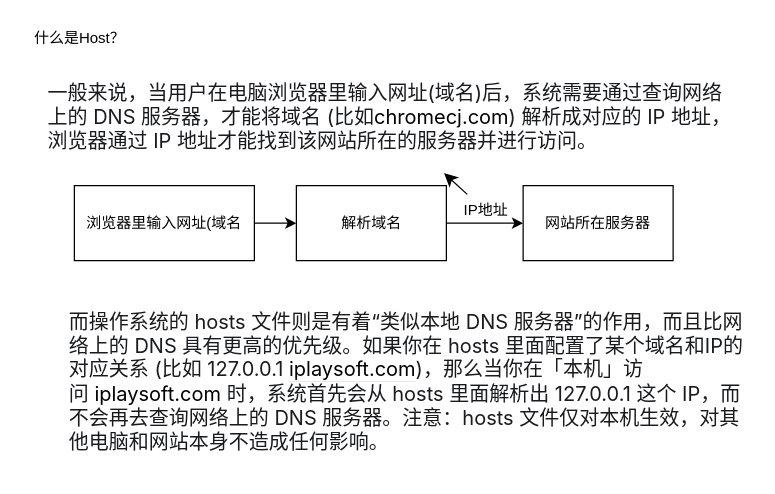
Earlier version of the draw.io diagram note.drawio (cccChen1/Drow). Source tidied: cells renumbered, new cells numbered last; positions are measured from the earlier drawing's top-left corner, leaving out a move shared by most shapes. Both pictures are drawn from the tidied source at 125%, with x=0, y=0 at pixel (21, 21).
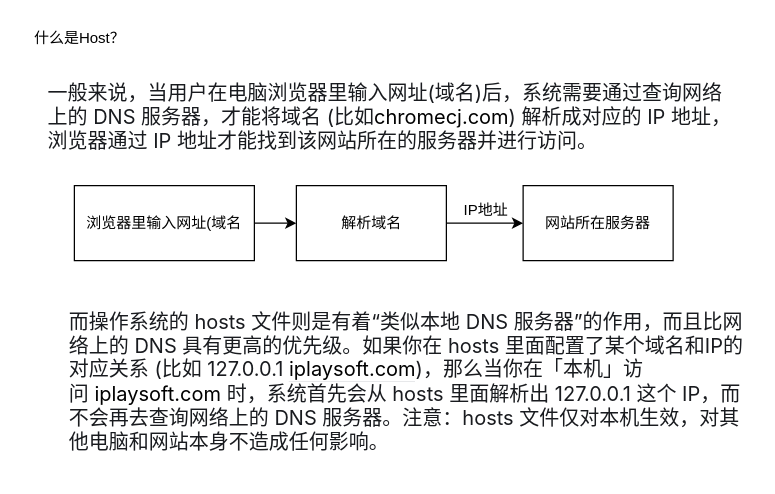
Above is the later version.

Diff of the diagram source:
```diff
@@
 <mxGraphModel>
   <root>
     <mxCell id="0" />
     <mxCell id="1" parent="0" />
     <mxCell id="2" style="edgeStyle=orthogonalEdgeStyle;rounded=0;jettySize=auto;html=1;exitX=1;exitY=0.5;exitDx=0;exitDy=0;" parent="1" edge="1" source="3" target="5">
       <mxGeometry relative="1" as="geometry" />
     </mxCell>
     <mxCell id="3" value="浏览器里输入网址(域名" style="rounded=0;whiteSpace=wrap;html=1;" parent="1" vertex="1">
       <mxGeometry x="42" y="131" width="144" height="60" as="geometry" />
     </mxCell>
     <mxCell id="4" style="edgeStyle=orthogonalEdgeStyle;rounded=0;jettySize=auto;html=1;" parent="1" edge="1" source="5" target="6">
       <mxGeometry relative="1" as="geometry" />
     </mxCell>
     <mxCell id="5" value="解析域名" style="rounded=0;whiteSpace=wrap;html=1;" parent="1" vertex="1">
       <mxGeometry x="219.6" y="131" width="120" height="60" as="geometry" />
     </mxCell>
     <mxCell id="6" value="网站所在服务器" style="whiteSpace=wrap;html=1;rounded=0;" parent="1" vertex="1">
       <mxGeometry x="401" y="131" width="120" height="60" as="geometry" />
     </mxCell>
-    <mxCell id="7" style="edgeStyle=none;curved=1;rounded=0;jettySize=auto;html=1;fontSize=12;startSize=8;endSize=8;" parent="1" edge="1" source="8" target="10">
-      <mxGeometry relative="1" as="geometry" />
-    </mxCell>
     <mxCell id="8" value="IP地址" style="text;html=1;align=center;verticalAlign=middle;points=[];strokeColor=none;fillColor=none;" parent="1" vertex="1">
       <mxGeometry x="344" y="138" width="53" height="26" as="geometry" />
     </mxCell>
     <mxCell id="9" value="&lt;span style=&quot;color: rgb(25, 27, 31); font-family: -apple-system, BlinkMacSystemFont, &amp;quot;Helvetica Neue&amp;quot;, &amp;quot;PingFang SC&amp;quot;, &amp;quot;Microsoft YaHei&amp;quot;, &amp;quot;Source Han Sans SC&amp;quot;, &amp;quot;Noto Sans CJK SC&amp;quot;, &amp;quot;WenQuanYi Micro Hei&amp;quot;, sans-serif; font-size: medium; font-style: normal; font-variant-ligatures: normal; font-variant-caps: normal; font-weight: 400; letter-spacing: normal; orphans: 2; text-align: start; text-indent: 0px; text-transform: none; widows: 2; word-spacing: 0px; -webkit-text-stroke-width: 0px; background-color: rgb(255, 255, 255); text-decoration-thickness: initial; text-decoration-style: initial; text-decoration-color: initial; float: none; display: inline !important;&quot;&gt;而操作系统的 hosts 文件则是有着“类似本地 DNS 服务器”的作用，而且比网络上的 DNS 具有更高的优先级。如果你在 hosts 里面配置了某个域名和IP的对应关系 (比如 127.0.0.1&lt;span&gt;&amp;nbsp;&lt;/span&gt;&lt;/span&gt;&lt;a style=&quot;color: inherit; text-decoration: none; border-bottom: 1px solid rgb(129, 133, 143); cursor: pointer; font-family: -apple-system, BlinkMacSystemFont, &amp;quot;Helvetica Neue&amp;quot;, &amp;quot;PingFang SC&amp;quot;, &amp;quot;Microsoft YaHei&amp;quot;, &amp;quot;Source Han Sans SC&amp;quot;, &amp;quot;Noto Sans CJK SC&amp;quot;, &amp;quot;WenQuanYi Micro Hei&amp;quot;, sans-serif; font-size: medium; font-style: normal; font-variant-ligatures: normal; font-variant-caps: normal; font-weight: 400; letter-spacing: normal; orphans: 2; text-align: start; text-indent: 0px; text-transform: none; widows: 2; word-spacing: 0px; -webkit-text-stroke-width: 0px; background-color: rgb(255, 255, 255);&quot; rel=&quot;nofollow noreferrer&quot; target=&quot;_blank&quot; class=&quot;external&quot; href=&quot;https://link.zhihu.com/?target=http%3A//iplaysoft.com&quot;&gt;&lt;span style=&quot;background-color: transparent; color: transparent; font: 0px / 0 a; text-shadow: none;&quot; class=&quot;invisible&quot;&gt;http://&lt;/span&gt;&lt;span class=&quot;visible&quot;&gt;iplaysoft.com&lt;/span&gt;&lt;span style=&quot;background-color: transparent; color: transparent; font: 0px / 0 a; text-shadow: none;&quot; class=&quot;invisible&quot;&gt;&lt;/span&gt;&lt;/a&gt;&lt;span style=&quot;color: rgb(25, 27, 31); font-family: -apple-system, BlinkMacSystemFont, &amp;quot;Helvetica Neue&amp;quot;, &amp;quot;PingFang SC&amp;quot;, &amp;quot;Microsoft YaHei&amp;quot;, &amp;quot;Source Han Sans SC&amp;quot;, &amp;quot;Noto Sans CJK SC&amp;quot;, &amp;quot;WenQuanYi Micro Hei&amp;quot;, sans-serif; font-size: medium; font-style: normal; font-variant-ligatures: normal; font-variant-caps: normal; font-weight: 400; letter-spacing: normal; orphans: 2; text-align: start; text-indent: 0px; text-transform: none; widows: 2; word-spacing: 0px; -webkit-text-stroke-width: 0px; background-color: rgb(255, 255, 255); text-decoration-thickness: initial; text-decoration-style: initial; text-decoration-color: initial; float: none; display: inline !important;&quot;&gt;)，那么当你在「本机」访问&lt;span&gt;&amp;nbsp;&lt;/span&gt;&lt;/span&gt;&lt;a style=&quot;color: inherit; text-decoration: none; border-bottom: 1px solid rgb(129, 133, 143); cursor: pointer; font-family: -apple-system, BlinkMacSystemFont, &amp;quot;Helvetica Neue&amp;quot;, &amp;quot;PingFang SC&amp;quot;, &amp;quot;Microsoft YaHei&amp;quot;, &amp;quot;Source Han Sans SC&amp;quot;, &amp;quot;Noto Sans CJK SC&amp;quot;, &amp;quot;WenQuanYi Micro Hei&amp;quot;, sans-serif; font-size: medium; font-style: normal; font-variant-ligatures: normal; font-variant-caps: normal; font-weight: 400; letter-spacing: normal; orphans: 2; text-align: start; text-indent: 0px; text-transform: none; widows: 2; word-spacing: 0px; -webkit-text-stroke-width: 0px; background-color: rgb(255, 255, 255);&quot; rel=&quot;nofollow noreferrer&quot; target=&quot;_blank&quot; class=&quot;external&quot; href=&quot;https://link.zhihu.com/?target=http%3A//iplaysoft.com&quot;&gt;&lt;span style=&quot;background-color: transparent; color: transparent; font: 0px / 0 a; text-shadow: none;&quot; class=&quot;invisible&quot;&gt;http://&lt;/span&gt;&lt;span class=&quot;visible&quot;&gt;iplaysoft.com&lt;/span&gt;&lt;span style=&quot;background-color: transparent; color: transparent; font: 0px / 0 a; text-shadow: none;&quot; class=&quot;invisible&quot;&gt;&lt;/span&gt;&lt;/a&gt;&lt;span style=&quot;color: rgb(25, 27, 31); font-family: -apple-system, BlinkMacSystemFont, &amp;quot;Helvetica Neue&amp;quot;, &amp;quot;PingFang SC&amp;quot;, &amp;quot;Microsoft YaHei&amp;quot;, &amp;quot;Source Han Sans SC&amp;quot;, &amp;quot;Noto Sans CJK SC&amp;quot;, &amp;quot;WenQuanYi Micro Hei&amp;quot;, sans-serif; font-size: medium; font-style: normal; font-variant-ligatures: normal; font-variant-caps: normal; font-weight: 400; letter-spacing: normal; orphans: 2; text-align: start; text-indent: 0px; text-transform: none; widows: 2; word-spacing: 0px; -webkit-text-stroke-width: 0px; background-color: rgb(255, 255, 255); text-decoration-thickness: initial; text-decoration-style: initial; text-decoration-color: initial; float: none; display: inline !important;&quot;&gt;&lt;span&gt;&amp;nbsp;&lt;/span&gt;时，系统首先会从 hosts 里面解析出 127.0.0.1 这个 IP，而不会再去查询网络上的 DNS 服务器。注意：hosts 文件仅对本机生效，对其他电脑和网站本身不造成任何影响。&lt;/span&gt;" style="text;whiteSpace=wrap;html=1;" parent="1" vertex="1">
       <mxGeometry x="36" y="224" width="550" height="137" as="geometry" />
     </mxCell>
     <mxCell id="10" value="&lt;span style=&quot;color: rgb(25, 27, 31); font-family: -apple-system, BlinkMacSystemFont, &amp;quot;Helvetica Neue&amp;quot;, &amp;quot;PingFang SC&amp;quot;, &amp;quot;Microsoft YaHei&amp;quot;, &amp;quot;Source Han Sans SC&amp;quot;, &amp;quot;Noto Sans CJK SC&amp;quot;, &amp;quot;WenQuanYi Micro Hei&amp;quot;, sans-serif; font-size: medium; font-style: normal; font-variant-ligatures: normal; font-variant-caps: normal; font-weight: 400; letter-spacing: normal; orphans: 2; text-align: start; text-indent: 0px; text-transform: none; widows: 2; word-spacing: 0px; -webkit-text-stroke-width: 0px; background-color: rgb(255, 255, 255); text-decoration-thickness: initial; text-decoration-style: initial; text-decoration-color: initial; float: none; display: inline !important;&quot;&gt;一般来说，当用户在电脑浏览器里输入网址(域名)后，系统需要通过查询网络上的 DNS 服务器，才能将域名 (比如&lt;/span&gt;&lt;a style=&quot;color: inherit; text-decoration: none; border-bottom: 1px solid rgb(129, 133, 143); cursor: pointer; font-family: -apple-system, BlinkMacSystemFont, &amp;quot;Helvetica Neue&amp;quot;, &amp;quot;PingFang SC&amp;quot;, &amp;quot;Microsoft YaHei&amp;quot;, &amp;quot;Source Han Sans SC&amp;quot;, &amp;quot;Noto Sans CJK SC&amp;quot;, &amp;quot;WenQuanYi Micro Hei&amp;quot;, sans-serif; font-size: medium; font-style: normal; font-variant-ligatures: normal; font-variant-caps: normal; font-weight: 400; letter-spacing: normal; orphans: 2; text-align: start; text-indent: 0px; text-transform: none; widows: 2; word-spacing: 0px; -webkit-text-stroke-width: 0px; background-color: rgb(255, 255, 255);&quot; rel=&quot;nofollow noreferrer&quot; target=&quot;_blank&quot; class=&quot;external&quot; href=&quot;https://link.zhihu.com/?target=http%3A//chromecj.com&quot;&gt;&lt;span style=&quot;background-color: transparent; color: transparent; font: 0px / 0 a; text-shadow: none;&quot; class=&quot;invisible&quot;&gt;http://&lt;/span&gt;&lt;span class=&quot;visible&quot;&gt;chromecj.com&lt;/span&gt;&lt;span style=&quot;background-color: transparent; color: transparent; font: 0px / 0 a; text-shadow: none;&quot; class=&quot;invisible&quot;&gt;&lt;/span&gt;&lt;/a&gt;&lt;span style=&quot;color: rgb(25, 27, 31); font-family: -apple-system, BlinkMacSystemFont, &amp;quot;Helvetica Neue&amp;quot;, &amp;quot;PingFang SC&amp;quot;, &amp;quot;Microsoft YaHei&amp;quot;, &amp;quot;Source Han Sans SC&amp;quot;, &amp;quot;Noto Sans CJK SC&amp;quot;, &amp;quot;WenQuanYi Micro Hei&amp;quot;, sans-serif; font-size: medium; font-style: normal; font-variant-ligatures: normal; font-variant-caps: normal; font-weight: 400; letter-spacing: normal; orphans: 2; text-align: start; text-indent: 0px; text-transform: none; widows: 2; word-spacing: 0px; -webkit-text-stroke-width: 0px; background-color: rgb(255, 255, 255); text-decoration-thickness: initial; text-decoration-style: initial; text-decoration-color: initial; float: none; display: inline !important;&quot;&gt;) 解析成对应的 IP 地址，浏览器通过 IP 地址才能找到该网站所在的服务器并进行访问。&lt;/span&gt;" style="text;whiteSpace=wrap;html=1;" parent="1" vertex="1">
       <mxGeometry x="19" y="41" width="550" height="80" as="geometry" />
     </mxCell>
     <mxCell id="11" value="什么是Host？" style="text;html=1;align=center;verticalAlign=middle;strokeColor=none;fillColor=none;" parent="1" vertex="1">
       <mxGeometry width="91" height="26" as="geometry" />
     </mxCell>
   </root>
 </mxGraphModel>
```
